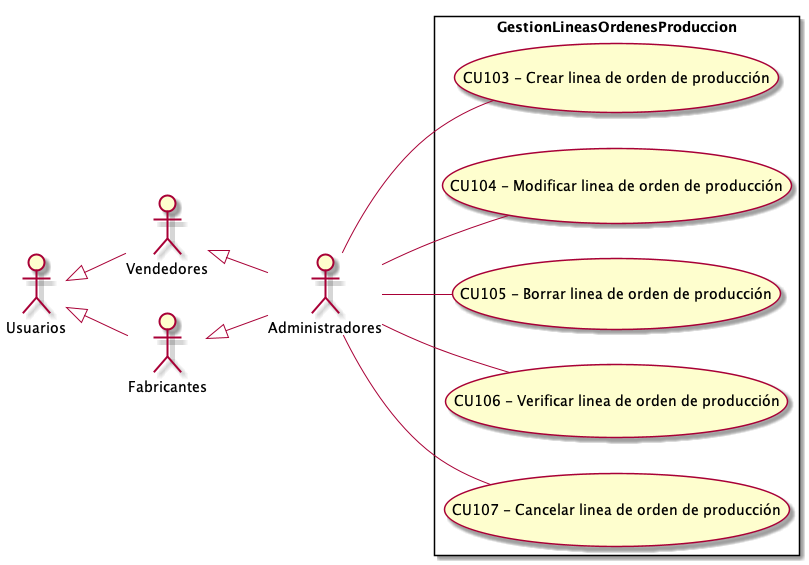
This is Informe Final/Imagenes/ModeladoDeCasosDeUso/DiagramaDeCasosDeUso/GestionLineasOrdenesProduccion.png from ZMGestion/DocumentacionZMGestion, a PlantUML export, as it was before one commit.
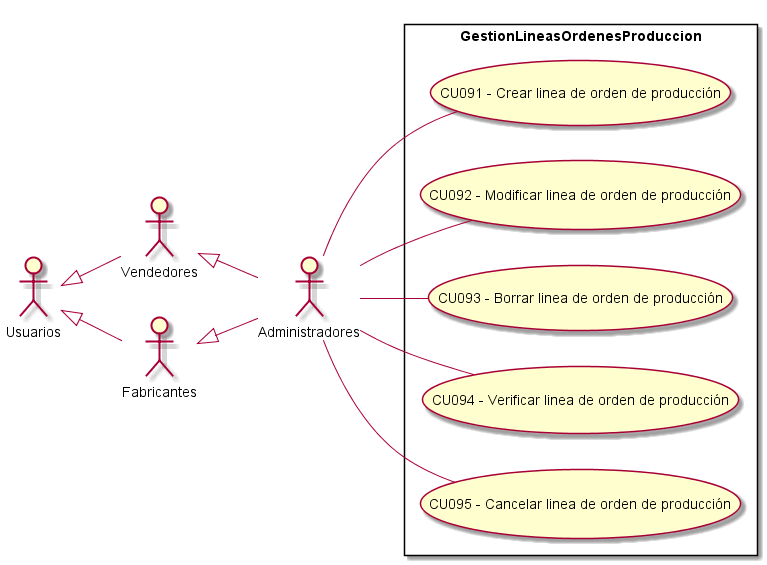
Above is the later version.

What changed in the source:
```diff
@@ -13,11 +13,11 @@
  left to right direction
 
 rectangle GestionLineasOrdenesProduccion{
-    UseCase "CU103 - Crear linea de orden de producción" as C
-    UseCase "CU104 - Modificar linea de orden de producción" as M
-    UseCase "CU105 - Borrar linea de orden de producción" as B
-    UseCase "CU106 - Verificar linea de orden de producción" as Verificar
-    UseCase "CU107 - Cancelar linea de orden de producción" as Cancelar
+    UseCase "CU091 - Crear linea de orden de producción" as C
+    UseCase "CU092 - Modificar linea de orden de producción" as M
+    UseCase "CU093 - Borrar linea de orden de producción" as B
+    UseCase "CU094 - Verificar linea de orden de producción" as Verificar
+    UseCase "CU095 - Cancelar linea de orden de producción" as Cancelar
 }
     Administradores -- C
     Administradores -- Verificar
```
